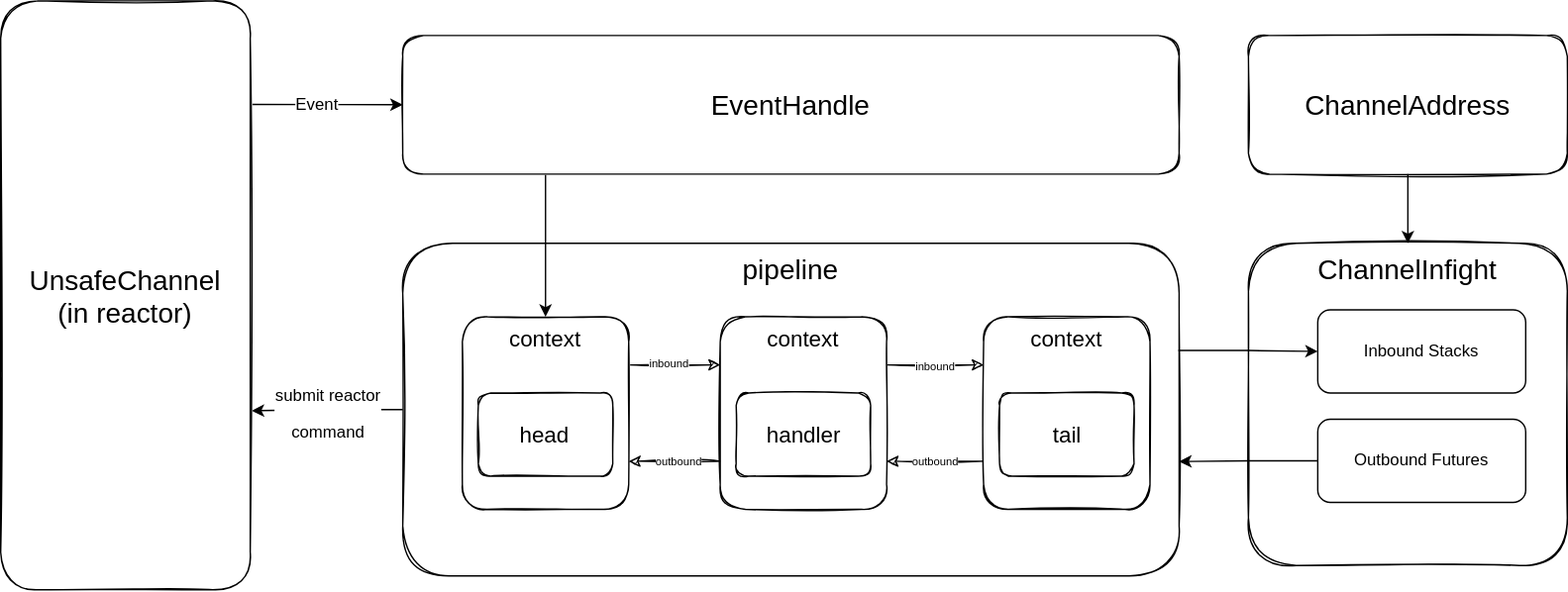
Above: docs/_assets/images/architecture_of_channel.drawio.svg in otavia-projects/otavia (draw.io), before the change. Source tidied: cells renumbered, new cells last; positions are measured from the earlier drawing's top-left corner, leaving out a move shared by most shapes. Its diagram source:
```xml
<mxGraphModel>
  <root>
    <mxCell id="0" />
    <mxCell id="1" parent="0" />
    <mxCell id="2" style="edgeStyle=orthogonalEdgeStyle;rounded=0;jettySize=auto;html=1;entryX=1.006;entryY=0.696;entryDx=0;entryDy=0;fontSize=22;entryPerimeter=0;" parent="1" edge="1" source="4" target="21">
      <mxGeometry relative="1" as="geometry" />
    </mxCell>
    <mxCell id="3" value="&lt;font style=&quot;font-size: 12px;&quot;&gt;submit reactor&lt;br&gt;&amp;nbsp;command&amp;nbsp;&lt;/font&gt;" style="edgeLabel;html=1;align=center;verticalAlign=middle;fontSize=22;spacing=2;" parent="2" vertex="1">
      <mxGeometry x="-0.28" y="1" relative="1" as="geometry">
        <mxPoint x="-15" y="-1" as="offset" />
      </mxGeometry>
    </mxCell>
    <mxCell id="4" value="&lt;font style=&quot;font-size: 20px&quot;&gt;pipeline&lt;/font&gt;" style="rounded=1;whiteSpace=wrap;html=1;verticalAlign=top;sketch=1;" parent="1" vertex="1">
      <mxGeometry x="290" y="175" width="560" height="240" as="geometry" />
    </mxCell>
    <mxCell id="5" style="edgeStyle=orthogonalEdgeStyle;rounded=1;jettySize=auto;html=1;exitX=1;exitY=0.25;exitDx=0;exitDy=0;entryX=0;entryY=0.25;entryDx=0;entryDy=0;fontSize=16;sketch=1;" parent="1" edge="1" source="7" target="13">
      <mxGeometry relative="1" as="geometry" />
    </mxCell>
    <mxCell id="6" value="inbound" style="edgeLabel;html=1;align=center;verticalAlign=middle;fontSize=8;rounded=1;sketch=1;" parent="5" vertex="1">
      <mxGeometry x="-0.27" relative="1" as="geometry">
        <mxPoint x="4" y="-1" as="offset" />
      </mxGeometry>
    </mxCell>
    <mxCell id="7" value="&lt;font style=&quot;font-size: 16px&quot;&gt;context&lt;/font&gt;" style="rounded=1;whiteSpace=wrap;html=1;verticalAlign=top;sketch=1;" parent="1" vertex="1">
      <mxGeometry x="333" y="228" width="120" height="139" as="geometry" />
    </mxCell>
    <mxCell id="8" value="head" style="rounded=1;whiteSpace=wrap;html=1;fontSize=16;verticalAlign=middle;sketch=1;" parent="1" vertex="1">
      <mxGeometry x="344.5" y="283" width="97" height="60" as="geometry" />
    </mxCell>
    <mxCell id="9" style="edgeStyle=orthogonalEdgeStyle;rounded=1;jettySize=auto;html=1;exitX=1;exitY=0.25;exitDx=0;exitDy=0;entryX=0;entryY=0.25;entryDx=0;entryDy=0;fontSize=16;sketch=1;" parent="1" edge="1" source="13" target="17">
      <mxGeometry relative="1" as="geometry" />
    </mxCell>
    <mxCell id="10" value="inbound" style="edgeLabel;html=1;align=center;verticalAlign=middle;fontSize=8;rounded=1;sketch=1;" parent="9" vertex="1">
      <mxGeometry x="-0.13" relative="1" as="geometry">
        <mxPoint x="4" y="1" as="offset" />
      </mxGeometry>
    </mxCell>
    <mxCell id="11" style="edgeStyle=orthogonalEdgeStyle;rounded=1;jettySize=auto;html=1;exitX=0;exitY=0.75;exitDx=0;exitDy=0;entryX=1;entryY=0.75;entryDx=0;entryDy=0;fontSize=16;sketch=1;" parent="1" edge="1" source="13" target="7">
      <mxGeometry relative="1" as="geometry" />
    </mxCell>
    <mxCell id="12" value="outbound" style="edgeLabel;html=1;align=center;verticalAlign=middle;fontSize=8;rounded=1;sketch=1;" parent="11" vertex="1">
      <mxGeometry x="0.13" relative="1" as="geometry">
        <mxPoint x="7" as="offset" />
      </mxGeometry>
    </mxCell>
    <mxCell id="13" value="&lt;font style=&quot;font-size: 16px&quot;&gt;context&lt;/font&gt;" style="rounded=1;whiteSpace=wrap;html=1;verticalAlign=top;sketch=1;" parent="1" vertex="1">
      <mxGeometry x="519" y="228" width="120" height="139" as="geometry" />
    </mxCell>
    <mxCell id="14" value="handler" style="rounded=1;whiteSpace=wrap;html=1;fontSize=16;verticalAlign=middle;sketch=1;" parent="1" vertex="1">
      <mxGeometry x="530.5" y="283" width="97" height="60" as="geometry" />
    </mxCell>
    <mxCell id="15" style="edgeStyle=orthogonalEdgeStyle;rounded=1;jettySize=auto;html=1;exitX=0;exitY=0.75;exitDx=0;exitDy=0;entryX=1;entryY=0.75;entryDx=0;entryDy=0;fontSize=16;sketch=1;" parent="1" edge="1" source="17" target="13">
      <mxGeometry relative="1" as="geometry" />
    </mxCell>
    <mxCell id="16" value="outbound" style="edgeLabel;html=1;align=center;verticalAlign=middle;fontSize=8;rounded=1;sketch=1;" parent="15" vertex="1">
      <mxGeometry x="0.15" relative="1" as="geometry">
        <mxPoint x="5" as="offset" />
      </mxGeometry>
    </mxCell>
    <mxCell id="17" value="&lt;font style=&quot;font-size: 16px&quot;&gt;context&lt;/font&gt;" style="rounded=1;whiteSpace=wrap;html=1;verticalAlign=top;sketch=1;" parent="1" vertex="1">
      <mxGeometry x="709" y="228" width="120" height="139" as="geometry" />
    </mxCell>
    <mxCell id="18" value="tail" style="rounded=1;whiteSpace=wrap;html=1;fontSize=16;verticalAlign=middle;sketch=1;" parent="1" vertex="1">
      <mxGeometry x="720.5" y="283" width="97" height="60" as="geometry" />
    </mxCell>
    <mxCell id="19" style="edgeStyle=orthogonalEdgeStyle;rounded=0;jettySize=auto;html=1;entryX=0;entryY=0.5;entryDx=0;entryDy=0;fontSize=12;exitX=1.006;exitY=0.176;exitDx=0;exitDy=0;exitPerimeter=0;" parent="1" edge="1" source="21" target="24">
      <mxGeometry relative="1" as="geometry" />
    </mxCell>
    <mxCell id="20" value="Event" style="edgeLabel;html=1;align=center;verticalAlign=middle;fontSize=12;" parent="19" vertex="1">
      <mxGeometry x="0.37" y="3" relative="1" as="geometry">
        <mxPoint x="-27" y="3" as="offset" />
      </mxGeometry>
    </mxCell>
    <mxCell id="21" value="&lt;font style=&quot;font-size: 20px&quot;&gt;UnsafeChannel&lt;br&gt;(in reactor)&lt;br&gt;&lt;/font&gt;" style="rounded=1;whiteSpace=wrap;html=1;verticalAlign=middle;sketch=1;" parent="1" vertex="1">
      <mxGeometry width="180" height="425" as="geometry" />
    </mxCell>
    <mxCell id="22" value="&lt;font style=&quot;font-size: 20px&quot;&gt;ChannelInfight&lt;/font&gt;" style="rounded=1;whiteSpace=wrap;html=1;verticalAlign=top;sketch=1;" parent="1" vertex="1">
      <mxGeometry x="900" y="175" width="230" height="232.5" as="geometry" />
    </mxCell>
    <mxCell id="23" style="edgeStyle=orthogonalEdgeStyle;rounded=0;jettySize=auto;html=1;fontSize=12;" parent="1" edge="1" source="24" target="7">
      <mxGeometry relative="1" as="geometry">
        <Array as="points">
          <mxPoint x="393" y="135" />
          <mxPoint x="393" y="135" />
        </Array>
      </mxGeometry>
    </mxCell>
    <mxCell id="24" value="&lt;span style=&quot;font-size: 20px;&quot;&gt;EventHandle&lt;/span&gt;" style="rounded=1;whiteSpace=wrap;html=1;verticalAlign=middle;sketch=1;" parent="1" vertex="1">
      <mxGeometry x="290" y="25" width="560" height="100" as="geometry" />
    </mxCell>
    <mxCell id="25" style="edgeStyle=orthogonalEdgeStyle;rounded=0;jettySize=auto;html=1;entryX=1;entryY=0.656;entryDx=0;entryDy=0;fontSize=12;entryPerimeter=0;" parent="1" edge="1" source="26" target="4">
      <mxGeometry relative="1" as="geometry" />
    </mxCell>
    <mxCell id="26" value="Outbound Futures" style="rounded=1;whiteSpace=wrap;html=1;fontSize=12;" parent="1" vertex="1">
      <mxGeometry x="950" y="302" width="150" height="60" as="geometry" />
    </mxCell>
    <mxCell id="27" value="Inbound Stacks" style="rounded=1;whiteSpace=wrap;html=1;fontSize=12;" parent="1" vertex="1">
      <mxGeometry x="950" y="223" width="150" height="60" as="geometry" />
    </mxCell>
    <mxCell id="28" style="edgeStyle=orthogonalEdgeStyle;rounded=0;jettySize=auto;html=1;fontSize=12;exitX=0.999;exitY=0.322;exitDx=0;exitDy=0;exitPerimeter=0;" parent="1" edge="1" source="4" target="27">
      <mxGeometry relative="1" as="geometry" />
    </mxCell>
    <mxCell id="29" style="edgeStyle=orthogonalEdgeStyle;rounded=0;jettySize=auto;html=1;fontSize=12;" parent="1" edge="1" source="30" target="22">
      <mxGeometry relative="1" as="geometry" />
    </mxCell>
    <mxCell id="30" value="&lt;span style=&quot;font-size: 20px;&quot;&gt;ChannelAddress&lt;/span&gt;" style="rounded=1;whiteSpace=wrap;html=1;verticalAlign=middle;sketch=1;" parent="1" vertex="1">
      <mxGeometry x="900" y="25" width="230" height="100" as="geometry" />
    </mxCell>
  </root>
</mxGraphModel>
```
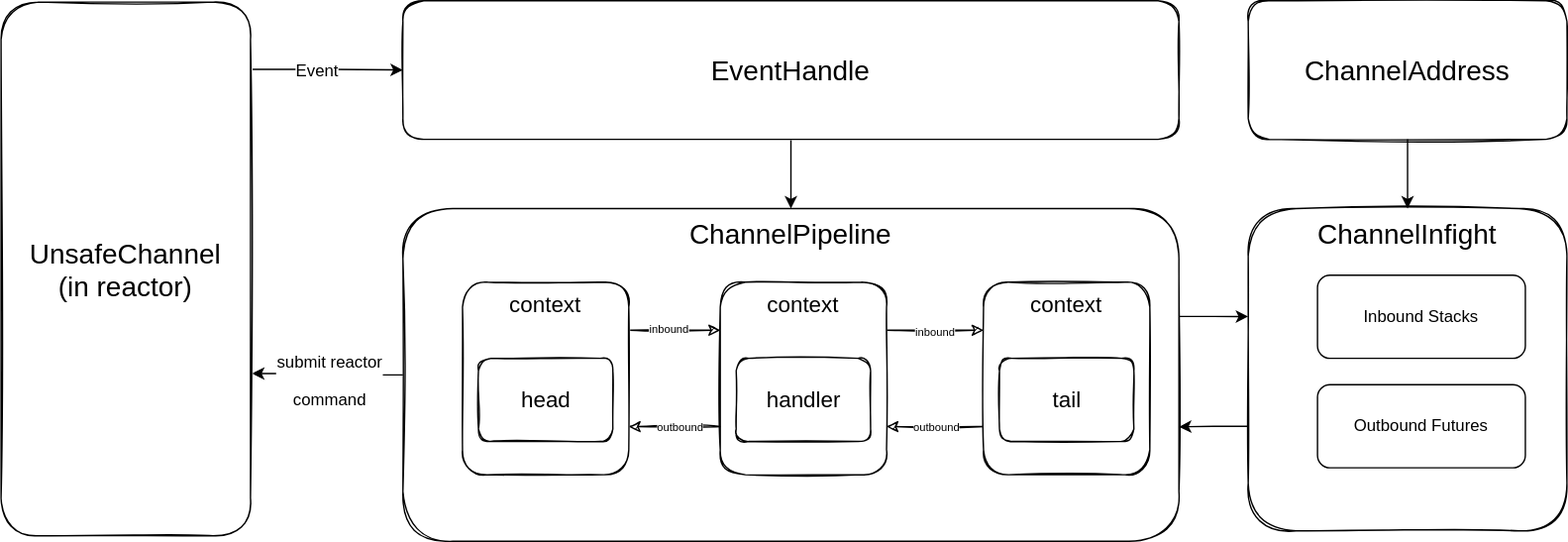
After the change.

Change to the diagram source:
```diff
@@ -10,7 +10,7 @@
         <mxPoint x="-15" y="-1" as="offset" />
       </mxGeometry>
     </mxCell>
-    <mxCell id="4" value="&lt;font style=&quot;font-size: 20px&quot;&gt;pipeline&lt;/font&gt;" style="rounded=1;whiteSpace=wrap;html=1;verticalAlign=top;sketch=1;" parent="1" vertex="1">
+    <mxCell id="4" value="&lt;font style=&quot;font-size: 20px&quot;&gt;ChannelPipeline&lt;/font&gt;" style="rounded=1;whiteSpace=wrap;html=1;verticalAlign=top;sketch=1;" parent="1" vertex="1">
       <mxGeometry x="290" y="175" width="560" height="240" as="geometry" />
     </mxCell>
     <mxCell id="5" style="edgeStyle=orthogonalEdgeStyle;rounded=1;jettySize=auto;html=1;exitX=1;exitY=0.25;exitDx=0;exitDy=0;entryX=0;entryY=0.25;entryDx=0;entryDy=0;fontSize=16;sketch=1;" parent="1" edge="1" source="7" target="13">
@@ -63,7 +63,7 @@
     <mxCell id="18" value="tail" style="rounded=1;whiteSpace=wrap;html=1;fontSize=16;verticalAlign=middle;sketch=1;" parent="1" vertex="1">
       <mxGeometry x="720.5" y="283" width="97" height="60" as="geometry" />
     </mxCell>
-    <mxCell id="19" style="edgeStyle=orthogonalEdgeStyle;rounded=0;jettySize=auto;html=1;entryX=0;entryY=0.5;entryDx=0;entryDy=0;fontSize=12;exitX=1.006;exitY=0.176;exitDx=0;exitDy=0;exitPerimeter=0;" parent="1" edge="1" source="21" target="24">
+    <mxCell id="19" style="edgeStyle=orthogonalEdgeStyle;rounded=0;jettySize=auto;html=1;entryX=0;entryY=0.5;entryDx=0;entryDy=0;fontSize=12;exitX=1.002;exitY=0.126;exitDx=0;exitDy=0;exitPerimeter=0;" parent="1" edge="1" source="21" target="24">
       <mxGeometry relative="1" as="geometry" />
     </mxCell>
     <mxCell id="20" value="Event" style="edgeLabel;html=1;align=center;verticalAlign=middle;fontSize=12;" parent="19" vertex="1">
@@ -72,24 +72,21 @@
       </mxGeometry>
     </mxCell>
     <mxCell id="21" value="&lt;font style=&quot;font-size: 20px&quot;&gt;UnsafeChannel&lt;br&gt;(in reactor)&lt;br&gt;&lt;/font&gt;" style="rounded=1;whiteSpace=wrap;html=1;verticalAlign=middle;sketch=1;" parent="1" vertex="1">
-      <mxGeometry width="180" height="425" as="geometry" />
+      <mxGeometry y="26" width="180" height="385" as="geometry" />
     </mxCell>
     <mxCell id="22" value="&lt;font style=&quot;font-size: 20px&quot;&gt;ChannelInfight&lt;/font&gt;" style="rounded=1;whiteSpace=wrap;html=1;verticalAlign=top;sketch=1;" parent="1" vertex="1">
       <mxGeometry x="900" y="175" width="230" height="232.5" as="geometry" />
     </mxCell>
-    <mxCell id="23" style="edgeStyle=orthogonalEdgeStyle;rounded=0;jettySize=auto;html=1;fontSize=12;" parent="1" edge="1" source="24" target="7">
-      <mxGeometry relative="1" as="geometry">
-        <Array as="points">
-          <mxPoint x="393" y="135" />
-          <mxPoint x="393" y="135" />
-        </Array>
-      </mxGeometry>
-    </mxCell>
+    <mxCell id="31" style="edgeStyle=orthogonalEdgeStyle;rounded=0;jettySize=auto;html=1;entryX=0.5;entryY=0;entryDx=0;entryDy=0;" parent="1" edge="1" source="24" target="4">
+      <mxGeometry relative="1" as="geometry" />
+    </mxCell>
     <mxCell id="24" value="&lt;span style=&quot;font-size: 20px;&quot;&gt;EventHandle&lt;/span&gt;" style="rounded=1;whiteSpace=wrap;html=1;verticalAlign=middle;sketch=1;" parent="1" vertex="1">
       <mxGeometry x="290" y="25" width="560" height="100" as="geometry" />
     </mxCell>
-    <mxCell id="25" style="edgeStyle=orthogonalEdgeStyle;rounded=0;jettySize=auto;html=1;entryX=1;entryY=0.656;entryDx=0;entryDy=0;fontSize=12;entryPerimeter=0;" parent="1" edge="1" source="26" target="4">
-      <mxGeometry relative="1" as="geometry" />
+    <mxCell id="25" style="edgeStyle=orthogonalEdgeStyle;rounded=0;jettySize=auto;html=1;entryX=1;entryY=0.656;entryDx=0;entryDy=0;fontSize=12;entryPerimeter=0;" parent="1" edge="1" target="4">
+      <mxGeometry relative="1" as="geometry">
+        <mxPoint x="900" y="332" as="sourcePoint" />
+      </mxGeometry>
     </mxCell>
     <mxCell id="26" value="Outbound Futures" style="rounded=1;whiteSpace=wrap;html=1;fontSize=12;" parent="1" vertex="1">
       <mxGeometry x="950" y="302" width="150" height="60" as="geometry" />
@@ -97,7 +94,7 @@
     <mxCell id="27" value="Inbound Stacks" style="rounded=1;whiteSpace=wrap;html=1;fontSize=12;" parent="1" vertex="1">
       <mxGeometry x="950" y="223" width="150" height="60" as="geometry" />
     </mxCell>
-    <mxCell id="28" style="edgeStyle=orthogonalEdgeStyle;rounded=0;jettySize=auto;html=1;fontSize=12;exitX=0.999;exitY=0.322;exitDx=0;exitDy=0;exitPerimeter=0;" parent="1" edge="1" source="4" target="27">
+    <mxCell id="28" style="edgeStyle=orthogonalEdgeStyle;rounded=0;jettySize=auto;html=1;fontSize=12;exitX=1;exitY=0.324;exitDx=0;exitDy=0;exitPerimeter=0;entryX=0;entryY=0.335;entryDx=0;entryDy=0;entryPerimeter=0;" parent="1" edge="1" source="4" target="22">
       <mxGeometry relative="1" as="geometry" />
     </mxCell>
     <mxCell id="29" style="edgeStyle=orthogonalEdgeStyle;rounded=0;jettySize=auto;html=1;fontSize=12;" parent="1" edge="1" source="30" target="22">
```
